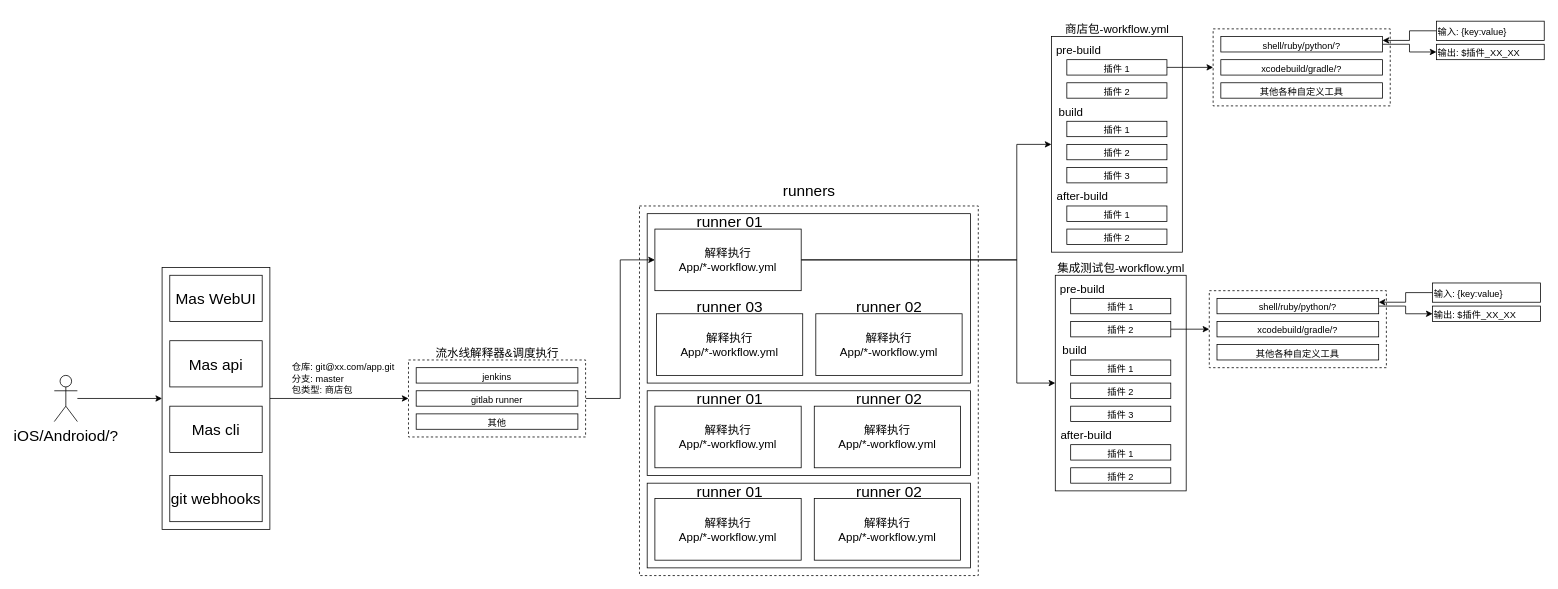
Earlier version of the draw.io diagram page "Page-4" (4 of 4) of Untitled Diagram.drawio (chutaiyangxiayutian/mlanes). Source tidied: cells renumbered, new cells numbered last; positions are measured from the earlier drawing's top-left corner, leaving out a move shared by most shapes. Both pictures are drawn from the tidied source at 77%, with x=0, y=0 at pixel (54, 21).
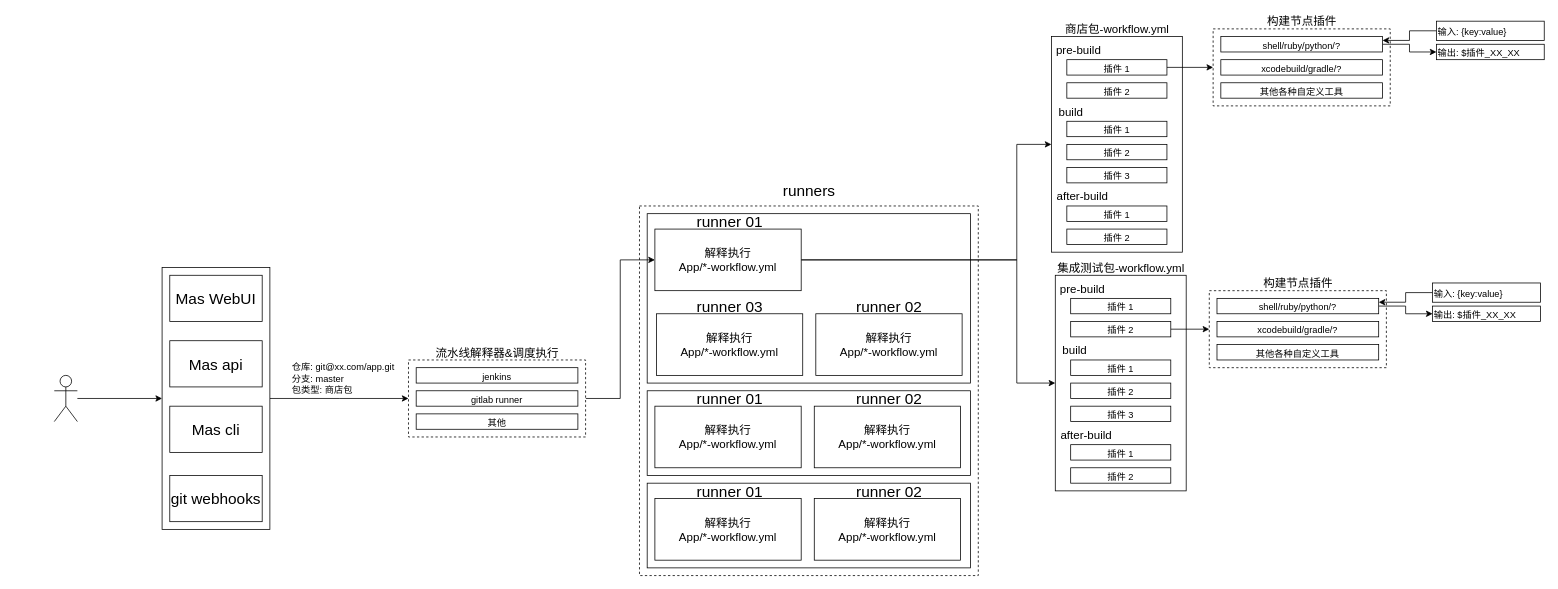
Above is the later version.

The edit, as a diff of the source:
```diff
@@
-    <mxCell id="8" value="iOS/Androiod/?" style="shape=umlActor;verticalLabelPosition=bottom;verticalAlign=top;html=1;outlineConnect=0;fontSize=20;" parent="1" vertex="1">
+    <mxCell id="8" style="shape=umlActor;verticalLabelPosition=bottom;verticalAlign=top;html=1;outlineConnect=0;fontSize=20;" parent="1" vertex="1">
       <mxGeometry y="460" width="30" height="60" as="geometry" />
     </mxCell>
@@
+    <mxCell id="80" value="&lt;font style=&quot;font-size: 15px&quot;&gt;构建节点插件&lt;/font&gt;" style="text;html=1;align=center;verticalAlign=middle;strokeColor=none;fillColor=none;fontSize=12;" parent="1" vertex="1">
+      <mxGeometry x="1565" y="-10" width="110" height="20" as="geometry" />
+    </mxCell>
+    <mxCell id="81" value="&lt;font style=&quot;font-size: 15px&quot;&gt;构建节点插件&lt;/font&gt;" style="text;html=1;align=center;verticalAlign=middle;strokeColor=none;fillColor=none;fontSize=12;" parent="1" vertex="1">
+      <mxGeometry x="1560" y="330" width="110" height="20" as="geometry" />
+    </mxCell>
```
